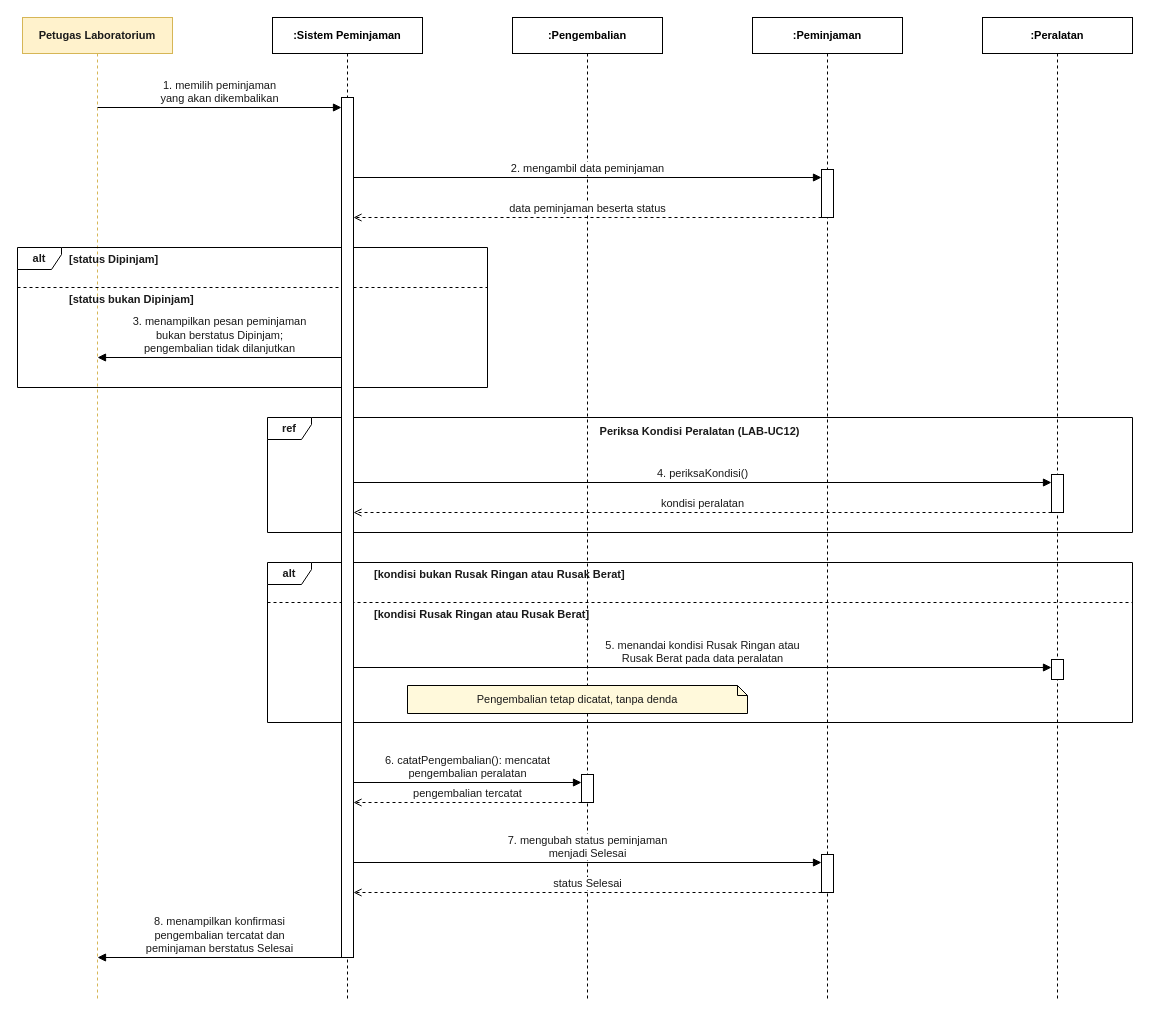
The draw.io diagram 04_model_analisis/P07/LAB/P07_2406104_LAB_sequence_pengembalian_v01.drawio in 2406104/IFRWP5149_2406104_LabAlat, before the edit. Source tidied: cells renumbered, new cells numbered last; positions are measured from the earlier drawing's top-left corner, leaving out a move shared by most shapes. Both pictures are drawn from the tidied source at 100%, with x=0, y=0 at pixel (17, 17).
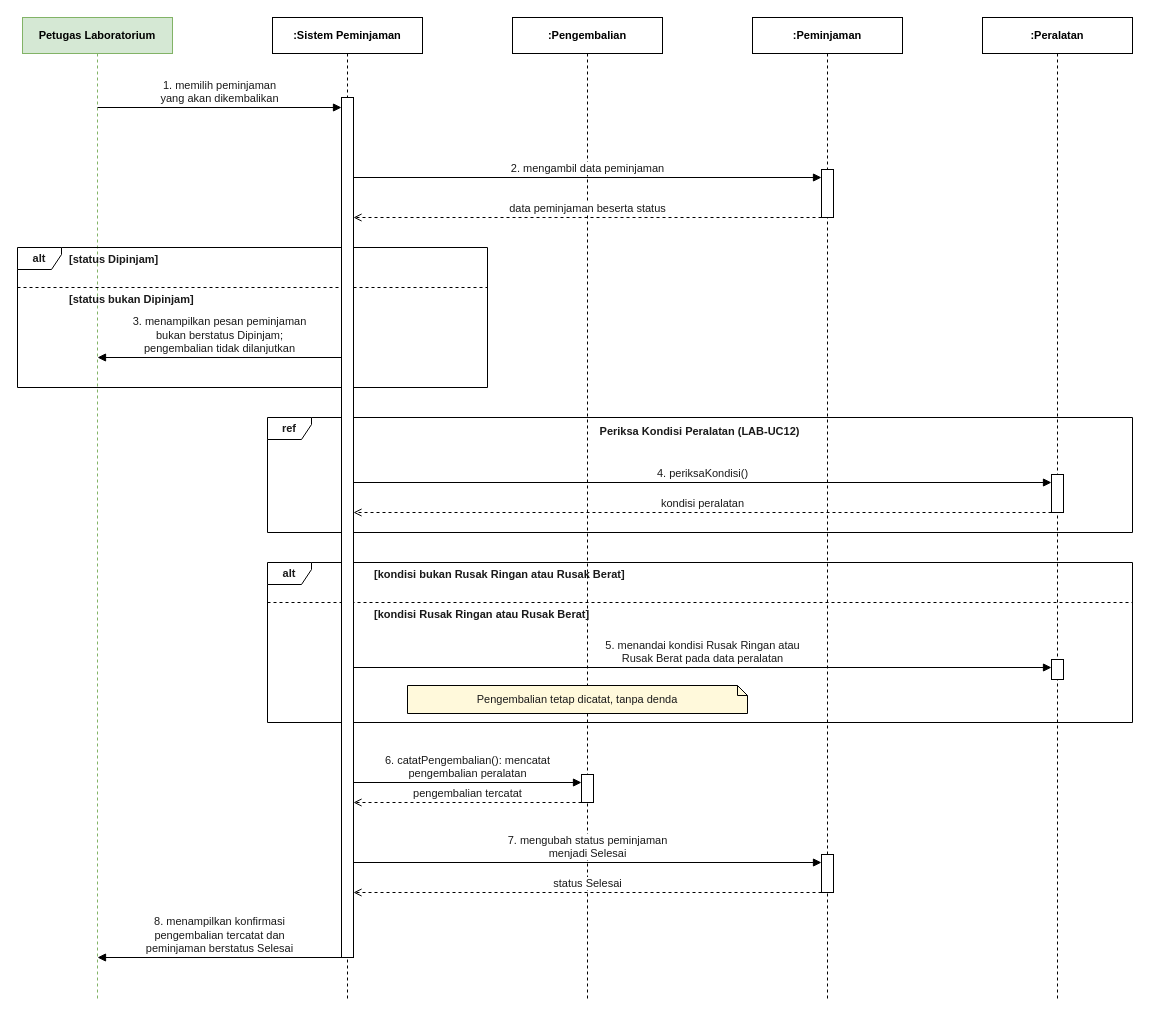
The same page after the edit.

The edit, as a diff of the source:
```diff
@@
-    <mxCell id="2" value="Petugas Laboratorium" style="shape=umlLifeline;perimeter=lifelinePerimeter;whiteSpace=wrap;html=1;size=36;fillColor=#FFF2CC;strokeColor=#D6B656;fontStyle=1;fontSize=11;fontColor=#1a1a1a;" parent="1" vertex="1">
+    <mxCell id="2" value="Petugas Laboratorium" style="shape=umlLifeline;perimeter=lifelinePerimeter;whiteSpace=wrap;html=1;size=36;fillColor=#d5e8d4;strokeColor=#82b366;fontStyle=1;fontSize=11;" parent="1" vertex="1">
       <mxGeometry x="5" width="150" height="982" as="geometry" />
     </mxCell>
```
